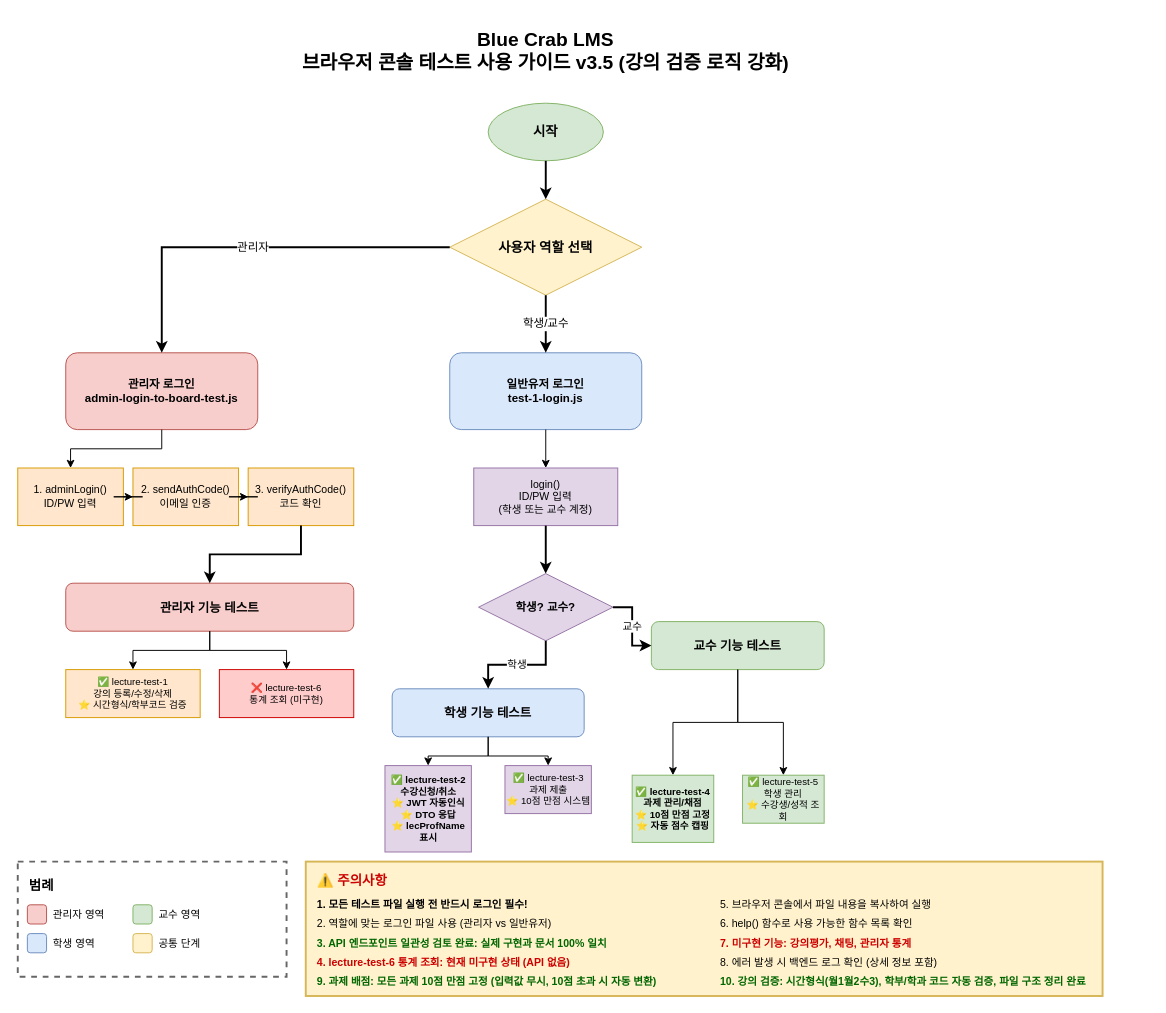
The draw.io diagram backend/BlueCrab/docs/강의관련기능/브라우저콘솔테스트/usage-diagram.drawio in hooting76/blue-crab-lms, before the edit. Source tidied: cells renumbered, new cells numbered last; positions are measured from the earlier drawing's top-left corner, leaving out a move shared by most shapes. Both pictures are drawn from the tidied source at 96%, with x=0, y=0 at pixel (17, 16).
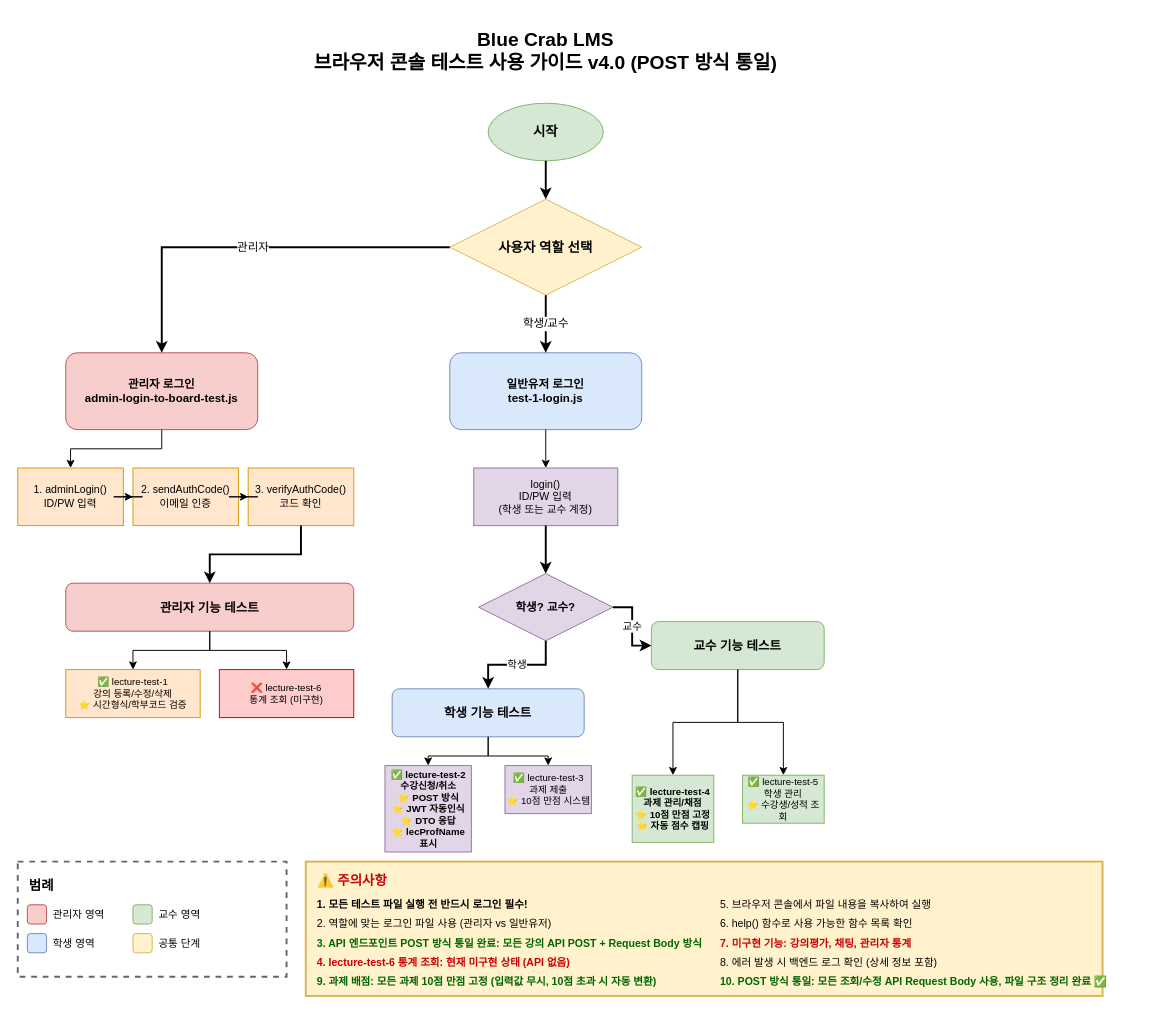
The same page after the edit.

Diff of the diagram source:
```diff
@@
-    <mxCell id="2" value="Blue Crab LMS&#10;브라우저 콘솔 테스트 사용 가이드 v3.5 (강의 검증 로직 강화)" style="text;html=1;strokeColor=none;fillColor=default;align=center;verticalAlign=middle;whiteSpace=wrap;rounded=0;fontSize=20;fontStyle=1;" parent="1" vertex="1">
+    <mxCell id="2" value="Blue Crab LMS&#10;브라우저 콘솔 테스트 사용 가이드 v4.0 (POST 방식 통일)" style="text;html=1;strokeColor=none;fillColor=default;align=center;verticalAlign=middle;whiteSpace=wrap;rounded=0;fontSize=20;fontStyle=1;" parent="1" vertex="1">
       <mxGeometry x="220" width="660" height="70" as="geometry" />
     </mxCell>
@@
-    <mxCell id="28" value="✅ lecture-test-2&#10;수강신청/취소&#10;⭐ JWT 자동인식&#10;⭐ DTO 응답&#10;⭐ lecProfName 표시" style="rounded=0;whiteSpace=wrap;html=1;fillColor=#e1d5e7;strokeColor=#9673a6;fontSize=10;fontStyle=1;" parent="1" vertex="1">
+    <mxCell id="28" value="✅ lecture-test-2&#10;수강신청/취소&#10;⭐ POST 방식&#10;⭐ JWT 자동인식&#10;⭐ DTO 응답&#10;⭐ lecProfName 표시" style="rounded=0;whiteSpace=wrap;html=1;fillColor=#e1d5e7;strokeColor=#9673a6;fontSize=10;fontStyle=1;" parent="1" vertex="1">
       <mxGeometry x="382.5" y="780" width="90" height="90" as="geometry" />
     </mxCell>
@@
-    <mxCell id="52" value="3. API 엔드포인트 일관성 검토 완료: 실제 구현과 문서 100% 일치" style="text;html=1;strokeColor=none;fillColor=none;align=left;verticalAlign=middle;whiteSpace=wrap;rounded=0;fontSize=11;fontStyle=1;fontColor=#006600;" parent="1" vertex="1">
+    <mxCell id="52" value="3. API 엔드포인트 POST 방식 통일 완료: 모든 강의 API POST + Request Body 방식" style="text;html=1;strokeColor=none;fillColor=none;align=left;verticalAlign=middle;whiteSpace=wrap;rounded=0;fontSize=11;fontStyle=1;fontColor=#006600;" parent="1" vertex="1">
       <mxGeometry x="310" y="955" width="450" height="20" as="geometry" />
     </mxCell>
@@
-    <mxCell id="59" value="10. 강의 검증: 시간형식(월1월2수3), 학부/학과 코드 자동 검증, 파일 구조 정리 완료" style="text;html=1;strokeColor=none;fillColor=none;align=left;verticalAlign=middle;whiteSpace=wrap;rounded=0;fontSize=11;fontColor=#006600;fontStyle=1;" parent="1" vertex="1">
+    <mxCell id="59" value="10. POST 방식 통일: 모든 조회/수정 API Request Body 사용, 파일 구조 정리 완료 ✅" style="text;html=1;strokeColor=none;fillColor=none;align=left;verticalAlign=middle;whiteSpace=wrap;rounded=0;fontSize=11;fontColor=#006600;fontStyle=1;" parent="1" vertex="1">
       <mxGeometry x="730" y="995" width="450" height="20" as="geometry" />
     </mxCell>
```
